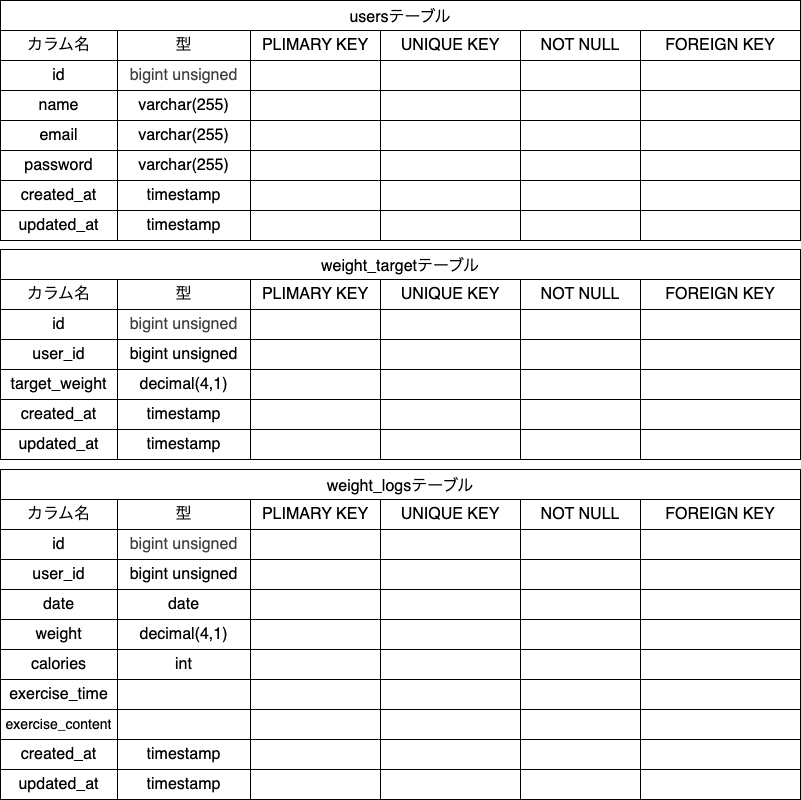
Above: table.drawio.png in youhonami/pigly (draw.io), before the change. Source tidied: cells renumbered, new cells last; positions are measured from the earlier drawing's top-left corner, leaving out a move shared by most shapes.
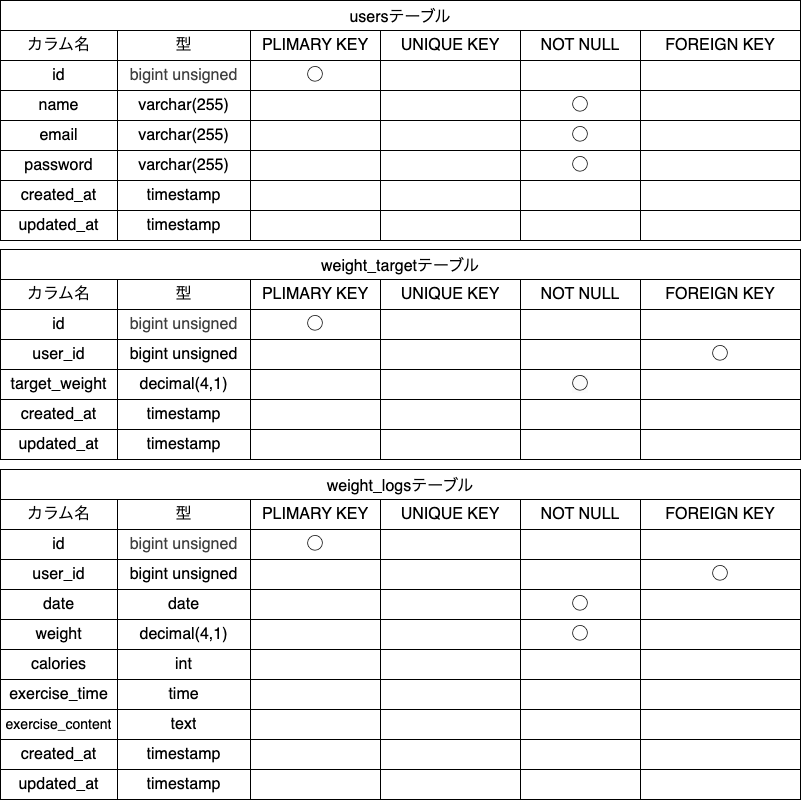
After the change.

Diff of the diagram source:
```diff
@@ -35,7 +35,7 @@
     <mxCell id="12" value="&lt;span style=&quot;color: rgb(63, 63, 63); text-wrap-mode: nowrap; background-color: rgb(255, 255, 255);&quot;&gt;bigint unsigned&lt;/span&gt;" style="shape=partialRectangle;html=1;whiteSpace=wrap;strokeColor=inherit;overflow=hidden;fillColor=none;top=0;left=0;bottom=0;right=0;fontSize=16;" parent="10" vertex="1">
       <mxGeometry x="117" width="133" height="30" as="geometry" />
     </mxCell>
-    <mxCell id="13" style="shape=partialRectangle;html=1;whiteSpace=wrap;strokeColor=inherit;overflow=hidden;fillColor=none;top=0;left=0;bottom=0;right=0;fontSize=16;" parent="10" vertex="1">
+    <mxCell id="13" value="◯" style="shape=partialRectangle;html=1;whiteSpace=wrap;strokeColor=inherit;overflow=hidden;fillColor=none;top=0;left=0;bottom=0;right=0;fontSize=16;" parent="10" vertex="1">
       <mxGeometry x="250" width="130" height="30" as="geometry" />
     </mxCell>
     <mxCell id="14" style="shape=partialRectangle;html=1;whiteSpace=wrap;strokeColor=inherit;overflow=hidden;fillColor=none;top=0;left=0;bottom=0;right=0;fontSize=16;" parent="10" vertex="1">
@@ -62,7 +62,7 @@
     <mxCell id="21" style="shape=partialRectangle;html=1;whiteSpace=wrap;strokeColor=inherit;overflow=hidden;fillColor=none;top=0;left=0;bottom=0;right=0;fontSize=16;" parent="17" vertex="1">
       <mxGeometry x="380" width="140" height="30" as="geometry" />
     </mxCell>
-    <mxCell id="22" style="shape=partialRectangle;html=1;whiteSpace=wrap;strokeColor=inherit;overflow=hidden;fillColor=none;top=0;left=0;bottom=0;right=0;fontSize=16;" parent="17" vertex="1">
+    <mxCell id="22" value="&lt;span style=&quot;color: rgb(0, 0, 0);&quot;&gt;◯&lt;/span&gt;" style="shape=partialRectangle;html=1;whiteSpace=wrap;strokeColor=inherit;overflow=hidden;fillColor=none;top=0;left=0;bottom=0;right=0;fontSize=16;" parent="17" vertex="1">
       <mxGeometry x="520" width="120" height="30" as="geometry" />
     </mxCell>
     <mxCell id="23" style="shape=partialRectangle;html=1;whiteSpace=wrap;strokeColor=inherit;overflow=hidden;fillColor=none;top=0;left=0;bottom=0;right=0;fontSize=16;" parent="17" vertex="1">
@@ -83,7 +83,7 @@
     <mxCell id="28" style="shape=partialRectangle;html=1;whiteSpace=wrap;strokeColor=inherit;overflow=hidden;fillColor=none;top=0;left=0;bottom=0;right=0;fontSize=16;" parent="24" vertex="1">
       <mxGeometry x="380" width="140" height="30" as="geometry" />
     </mxCell>
-    <mxCell id="29" style="shape=partialRectangle;html=1;whiteSpace=wrap;strokeColor=inherit;overflow=hidden;fillColor=none;top=0;left=0;bottom=0;right=0;fontSize=16;" parent="24" vertex="1">
+    <mxCell id="29" value="&lt;span style=&quot;color: rgb(0, 0, 0);&quot;&gt;◯&lt;/span&gt;" style="shape=partialRectangle;html=1;whiteSpace=wrap;strokeColor=inherit;overflow=hidden;fillColor=none;top=0;left=0;bottom=0;right=0;fontSize=16;" parent="24" vertex="1">
       <mxGeometry x="520" width="120" height="30" as="geometry" />
     </mxCell>
     <mxCell id="30" style="shape=partialRectangle;html=1;whiteSpace=wrap;strokeColor=inherit;overflow=hidden;fillColor=none;top=0;left=0;bottom=0;right=0;fontSize=16;" parent="24" vertex="1">
@@ -104,7 +104,7 @@
     <mxCell id="35" style="shape=partialRectangle;html=1;whiteSpace=wrap;strokeColor=inherit;overflow=hidden;fillColor=none;top=0;left=0;bottom=0;right=0;fontSize=16;" parent="31" vertex="1">
       <mxGeometry x="380" width="140" height="30" as="geometry" />
     </mxCell>
-    <mxCell id="36" style="shape=partialRectangle;html=1;whiteSpace=wrap;strokeColor=inherit;overflow=hidden;fillColor=none;top=0;left=0;bottom=0;right=0;fontSize=16;" parent="31" vertex="1">
+    <mxCell id="36" value="&lt;span style=&quot;color: rgb(0, 0, 0);&quot;&gt;◯&lt;/span&gt;" style="shape=partialRectangle;html=1;whiteSpace=wrap;strokeColor=inherit;overflow=hidden;fillColor=none;top=0;left=0;bottom=0;right=0;fontSize=16;" parent="31" vertex="1">
       <mxGeometry x="520" width="120" height="30" as="geometry" />
     </mxCell>
     <mxCell id="37" style="shape=partialRectangle;html=1;whiteSpace=wrap;strokeColor=inherit;overflow=hidden;fillColor=none;top=0;left=0;bottom=0;right=0;fontSize=16;" parent="31" vertex="1">
@@ -185,7 +185,7 @@
     <mxCell id="62" value="&lt;span style=&quot;color: rgb(63, 63, 63); text-wrap-mode: nowrap; background-color: rgb(255, 255, 255);&quot;&gt;bigint unsigned&lt;/span&gt;" style="shape=partialRectangle;html=1;whiteSpace=wrap;strokeColor=inherit;overflow=hidden;fillColor=none;top=0;left=0;bottom=0;right=0;fontSize=16;" parent="60" vertex="1">
       <mxGeometry x="117" width="133" height="30" as="geometry" />
     </mxCell>
-    <mxCell id="63" style="shape=partialRectangle;html=1;whiteSpace=wrap;strokeColor=inherit;overflow=hidden;fillColor=none;top=0;left=0;bottom=0;right=0;fontSize=16;" parent="60" vertex="1">
+    <mxCell id="63" value="&lt;div style=&quot;text-align: start;&quot;&gt;&lt;span style=&quot;color: rgb(0, 0, 0); text-align: center;&quot;&gt;◯&lt;/span&gt;&lt;/div&gt;" style="shape=partialRectangle;html=1;whiteSpace=wrap;strokeColor=inherit;overflow=hidden;fillColor=none;top=0;left=0;bottom=0;right=0;fontSize=16;" parent="60" vertex="1">
       <mxGeometry x="250" width="130" height="30" as="geometry" />
     </mxCell>
     <mxCell id="64" style="shape=partialRectangle;html=1;whiteSpace=wrap;strokeColor=inherit;overflow=hidden;fillColor=none;top=0;left=0;bottom=0;right=0;fontSize=16;" parent="60" vertex="1">
@@ -215,7 +215,7 @@
     <mxCell id="72" style="shape=partialRectangle;html=1;whiteSpace=wrap;strokeColor=inherit;overflow=hidden;fillColor=none;top=0;left=0;bottom=0;right=0;fontSize=16;" parent="67" vertex="1">
       <mxGeometry x="520" width="120" height="30" as="geometry" />
     </mxCell>
-    <mxCell id="73" style="shape=partialRectangle;html=1;whiteSpace=wrap;strokeColor=inherit;overflow=hidden;fillColor=none;top=0;left=0;bottom=0;right=0;fontSize=16;" parent="67" vertex="1">
+    <mxCell id="73" value="&lt;span style=&quot;color: rgb(0, 0, 0);&quot;&gt;◯&lt;/span&gt;" style="shape=partialRectangle;html=1;whiteSpace=wrap;strokeColor=inherit;overflow=hidden;fillColor=none;top=0;left=0;bottom=0;right=0;fontSize=16;" parent="67" vertex="1">
       <mxGeometry x="640" width="160" height="30" as="geometry" />
     </mxCell>
     <mxCell id="74" style="shape=tableRow;horizontal=0;startSize=0;swimlaneHead=0;swimlaneBody=0;strokeColor=inherit;top=0;left=0;bottom=0;right=0;fillColor=none;fontSize=16;" parent="52" vertex="1">
@@ -233,7 +233,7 @@
     <mxCell id="78" style="shape=partialRectangle;html=1;whiteSpace=wrap;strokeColor=inherit;overflow=hidden;fillColor=none;top=0;left=0;bottom=0;right=0;fontSize=16;" parent="74" vertex="1">
       <mxGeometry x="380" width="140" height="30" as="geometry" />
     </mxCell>
-    <mxCell id="79" style="shape=partialRectangle;html=1;whiteSpace=wrap;strokeColor=inherit;overflow=hidden;fillColor=none;top=0;left=0;bottom=0;right=0;fontSize=16;" parent="74" vertex="1">
+    <mxCell id="79" value="&lt;meta charset=&quot;utf-8&quot;&gt;&lt;span style=&quot;color: rgb(0, 0, 0); font-family: Helvetica; font-size: 16px; font-style: normal; font-variant-ligatures: normal; font-variant-caps: normal; font-weight: 400; letter-spacing: normal; orphans: 2; text-align: center; text-indent: 0px; text-transform: none; widows: 2; word-spacing: 0px; -webkit-text-stroke-width: 0px; white-space: normal; background-color: rgb(251, 251, 251); text-decoration-thickness: initial; text-decoration-style: initial; text-decoration-color: initial; display: inline !important; float: none;&quot;&gt;◯&lt;/span&gt;" style="shape=partialRectangle;html=1;whiteSpace=wrap;strokeColor=inherit;overflow=hidden;fillColor=none;top=0;left=0;bottom=0;right=0;fontSize=16;" parent="74" vertex="1">
       <mxGeometry x="520" width="120" height="30" as="geometry" />
     </mxCell>
     <mxCell id="80" style="shape=partialRectangle;html=1;whiteSpace=wrap;strokeColor=inherit;overflow=hidden;fillColor=none;top=0;left=0;bottom=0;right=0;fontSize=16;" parent="74" vertex="1">
@@ -314,7 +314,7 @@
     <mxCell id="105" value="&lt;span style=&quot;color: rgb(63, 63, 63); text-wrap-mode: nowrap; background-color: rgb(255, 255, 255);&quot;&gt;bigint unsigned&lt;/span&gt;" style="shape=partialRectangle;html=1;whiteSpace=wrap;strokeColor=inherit;overflow=hidden;fillColor=none;top=0;left=0;bottom=0;right=0;fontSize=16;" parent="103" vertex="1">
       <mxGeometry x="117" width="133" height="30" as="geometry" />
     </mxCell>
-    <mxCell id="106" style="shape=partialRectangle;html=1;whiteSpace=wrap;strokeColor=inherit;overflow=hidden;fillColor=none;top=0;left=0;bottom=0;right=0;fontSize=16;" parent="103" vertex="1">
+    <mxCell id="106" value="◯" style="shape=partialRectangle;html=1;whiteSpace=wrap;strokeColor=inherit;overflow=hidden;fillColor=none;top=0;left=0;bottom=0;right=0;fontSize=16;" parent="103" vertex="1">
       <mxGeometry x="250" width="130" height="30" as="geometry" />
     </mxCell>
     <mxCell id="107" style="shape=partialRectangle;html=1;whiteSpace=wrap;strokeColor=inherit;overflow=hidden;fillColor=none;top=0;left=0;bottom=0;right=0;fontSize=16;" parent="103" vertex="1">
@@ -344,7 +344,7 @@
     <mxCell id="115" style="shape=partialRectangle;html=1;whiteSpace=wrap;strokeColor=inherit;overflow=hidden;fillColor=none;top=0;left=0;bottom=0;right=0;fontSize=16;" parent="110" vertex="1">
       <mxGeometry x="520" width="120" height="30" as="geometry" />
     </mxCell>
-    <mxCell id="116" style="shape=partialRectangle;html=1;whiteSpace=wrap;strokeColor=inherit;overflow=hidden;fillColor=none;top=0;left=0;bottom=0;right=0;fontSize=16;" parent="110" vertex="1">
+    <mxCell id="116" value="&lt;span style=&quot;color: rgb(0, 0, 0);&quot;&gt;◯&lt;/span&gt;" style="shape=partialRectangle;html=1;whiteSpace=wrap;strokeColor=inherit;overflow=hidden;fillColor=none;top=0;left=0;bottom=0;right=0;fontSize=16;" parent="110" vertex="1">
       <mxGeometry x="640" width="160" height="30" as="geometry" />
     </mxCell>
     <mxCell id="117" style="shape=tableRow;horizontal=0;startSize=0;swimlaneHead=0;swimlaneBody=0;strokeColor=inherit;top=0;left=0;bottom=0;right=0;fillColor=none;fontSize=16;" parent="95" vertex="1">
@@ -362,7 +362,7 @@
     <mxCell id="121" style="shape=partialRectangle;html=1;whiteSpace=wrap;strokeColor=inherit;overflow=hidden;fillColor=none;top=0;left=0;bottom=0;right=0;fontSize=16;" parent="117" vertex="1">
       <mxGeometry x="380" width="140" height="30" as="geometry" />
     </mxCell>
-    <mxCell id="122" style="shape=partialRectangle;html=1;whiteSpace=wrap;strokeColor=inherit;overflow=hidden;fillColor=none;top=0;left=0;bottom=0;right=0;fontSize=16;" parent="117" vertex="1">
+    <mxCell id="122" value="&lt;span style=&quot;color: rgb(0, 0, 0);&quot;&gt;◯&lt;/span&gt;" style="shape=partialRectangle;html=1;whiteSpace=wrap;strokeColor=inherit;overflow=hidden;fillColor=none;top=0;left=0;bottom=0;right=0;fontSize=16;" parent="117" vertex="1">
       <mxGeometry x="520" width="120" height="30" as="geometry" />
     </mxCell>
     <mxCell id="123" style="shape=partialRectangle;html=1;whiteSpace=wrap;strokeColor=inherit;overflow=hidden;fillColor=none;top=0;left=0;bottom=0;right=0;fontSize=16;" parent="117" vertex="1">
@@ -383,7 +383,7 @@
     <mxCell id="128" style="shape=partialRectangle;html=1;whiteSpace=wrap;strokeColor=inherit;overflow=hidden;fillColor=none;top=0;left=0;bottom=0;right=0;fontSize=16;" parent="124" vertex="1">
       <mxGeometry x="380" width="140" height="30" as="geometry" />
     </mxCell>
-    <mxCell id="129" style="shape=partialRectangle;html=1;whiteSpace=wrap;strokeColor=inherit;overflow=hidden;fillColor=none;top=0;left=0;bottom=0;right=0;fontSize=16;" parent="124" vertex="1">
+    <mxCell id="129" value="&lt;span style=&quot;color: rgb(0, 0, 0);&quot;&gt;◯&lt;/span&gt;" style="shape=partialRectangle;html=1;whiteSpace=wrap;strokeColor=inherit;overflow=hidden;fillColor=none;top=0;left=0;bottom=0;right=0;fontSize=16;" parent="124" vertex="1">
       <mxGeometry x="520" width="120" height="30" as="geometry" />
     </mxCell>
     <mxCell id="130" style="shape=partialRectangle;html=1;whiteSpace=wrap;strokeColor=inherit;overflow=hidden;fillColor=none;top=0;left=0;bottom=0;right=0;fontSize=16;" parent="124" vertex="1">
@@ -416,7 +416,7 @@
     <mxCell id="139" value="exercise_time" style="shape=partialRectangle;html=1;whiteSpace=wrap;strokeColor=inherit;overflow=hidden;fillColor=none;top=0;left=0;bottom=0;right=0;fontSize=16;" parent="138" vertex="1">
       <mxGeometry width="117" height="30" as="geometry" />
     </mxCell>
-    <mxCell id="140" style="shape=partialRectangle;html=1;whiteSpace=wrap;strokeColor=inherit;overflow=hidden;fillColor=none;top=0;left=0;bottom=0;right=0;fontSize=16;" parent="138" vertex="1">
+    <mxCell id="140" value="time" style="shape=partialRectangle;html=1;whiteSpace=wrap;strokeColor=inherit;overflow=hidden;fillColor=none;top=0;left=0;bottom=0;right=0;fontSize=16;" parent="138" vertex="1">
       <mxGeometry x="117" width="133" height="30" as="geometry" />
     </mxCell>
     <mxCell id="141" style="shape=partialRectangle;html=1;whiteSpace=wrap;strokeColor=inherit;overflow=hidden;fillColor=none;top=0;left=0;bottom=0;right=0;fontSize=16;" parent="138" vertex="1">
@@ -437,7 +437,7 @@
     <mxCell id="146" value="&lt;font style=&quot;font-size: 14px;&quot;&gt;exercise_content&lt;/font&gt;" style="shape=partialRectangle;html=1;whiteSpace=wrap;strokeColor=inherit;overflow=hidden;fillColor=none;top=0;left=0;bottom=0;right=0;fontSize=16;" parent="145" vertex="1">
       <mxGeometry width="117" height="30" as="geometry" />
     </mxCell>
-    <mxCell id="147" style="shape=partialRectangle;html=1;whiteSpace=wrap;strokeColor=inherit;overflow=hidden;fillColor=none;top=0;left=0;bottom=0;right=0;fontSize=16;" parent="145" vertex="1">
+    <mxCell id="147" value="text" style="shape=partialRectangle;html=1;whiteSpace=wrap;strokeColor=inherit;overflow=hidden;fillColor=none;top=0;left=0;bottom=0;right=0;fontSize=16;" parent="145" vertex="1">
       <mxGeometry x="117" width="133" height="30" as="geometry" />
     </mxCell>
     <mxCell id="148" style="shape=partialRectangle;html=1;whiteSpace=wrap;strokeColor=inherit;overflow=hidden;fillColor=none;top=0;left=0;bottom=0;right=0;fontSize=16;" parent="145" vertex="1">
```
